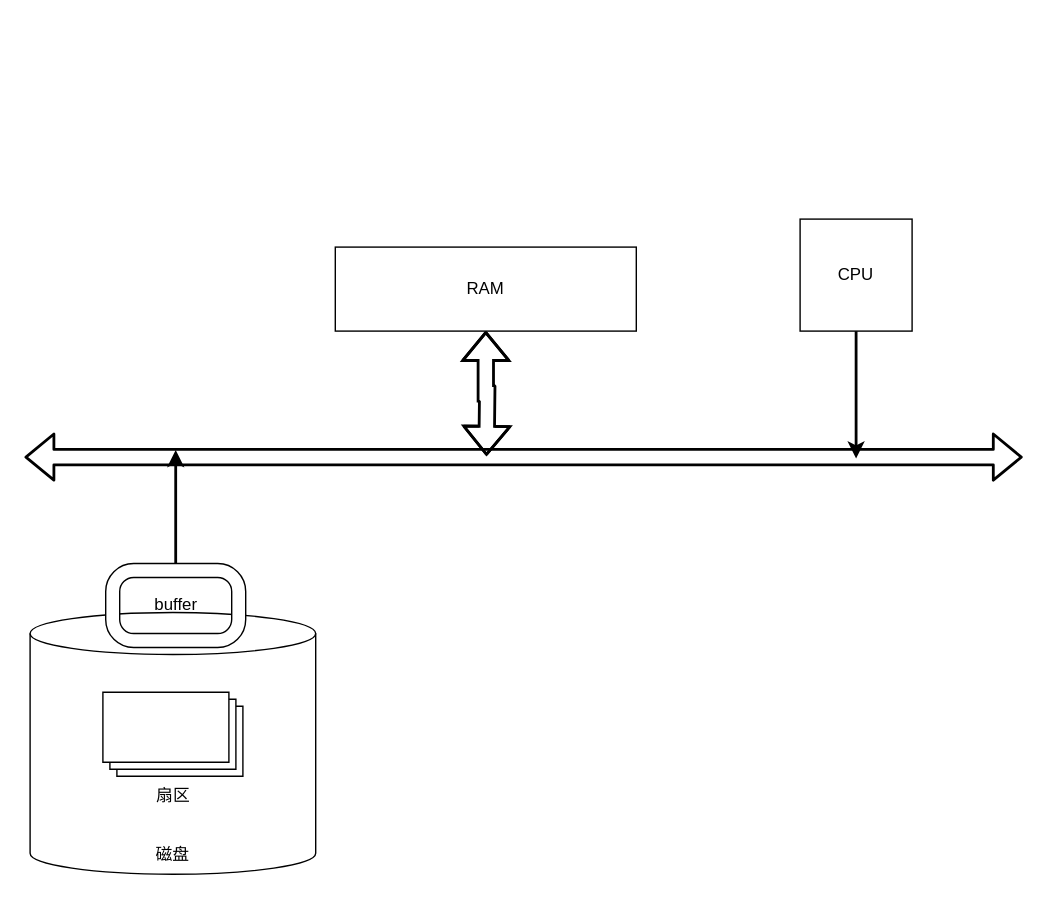
catface996/images keeps this draw.io diagram as 磁盘IO.drawio. Above is the earlier version. Source tidied: cells renumbered, new cells numbered last; positions are measured from the earlier drawing's top-left corner, leaving out a move shared by most shapes. Both pictures are drawn from the tidied source at 140%, with x=0, y=0 at pixel (24, 218).
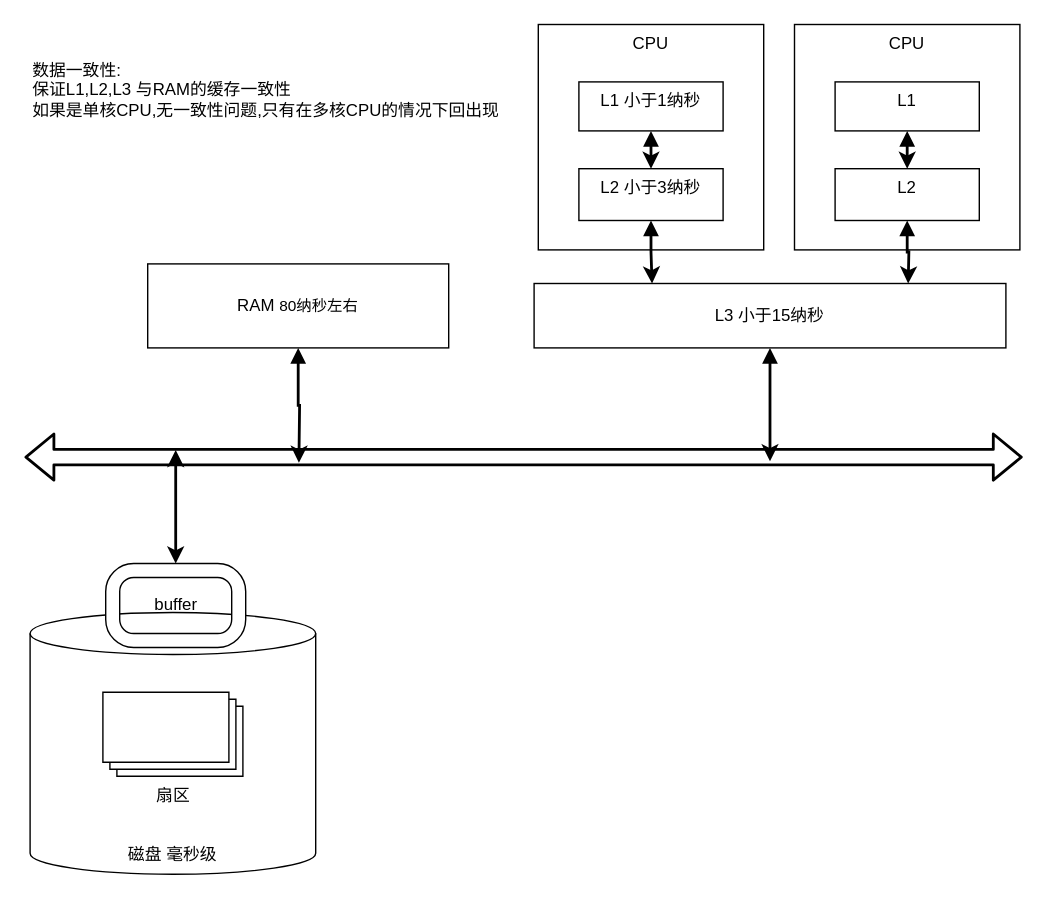
After the change.

The change refers to these unchanged cells:
```xml
<mxCell id="4" style="verticalLabelPosition=bottom;verticalAlign=top;html=1;shape=mxgraph.basic.rounded_frame;dx=10;" parent="1" vertex="1">
  <mxGeometry x="58" y="246" width="100" height="60" as="geometry" />
</mxCell>
```

Change to the diagram source:
```diff
@@
-    <mxCell id="2" value="磁盘" style="shape=cylinder3;whiteSpace=wrap;html=1;boundedLbl=1;backgroundOutline=1;size=15;verticalAlign=bottom;" parent="1" vertex="1">
+    <mxCell id="2" value="磁盘 毫秒级" style="shape=cylinder3;whiteSpace=wrap;html=1;boundedLbl=1;backgroundOutline=1;size=15;verticalAlign=bottom;" parent="1" vertex="1">
       <mxGeometry x="4" y="281" width="204" height="187" as="geometry" />
     </mxCell>
-    <mxCell id="3" style="edgeStyle=orthogonalEdgeStyle;rounded=0;jettySize=auto;html=1;strokeWidth=2;" parent="1" edge="1" source="4">
+    <mxCell id="3" style="edgeStyle=orthogonalEdgeStyle;rounded=0;jettySize=auto;html=1;strokeWidth=2;startArrow=classic;startFill=1;" parent="1" edge="1" source="4">
       <mxGeometry relative="1" as="geometry">
         <mxPoint x="108" y="165" as="targetPoint" />
       </mxGeometry>
     </mxCell>
@@
-    <mxCell id="7" style="edgeStyle=orthogonalEdgeStyle;rounded=0;jettySize=auto;html=1;strokeWidth=2;shape=flexArrow;startArrow=block;" parent="1" edge="1" source="8">
+    <mxCell id="7" style="edgeStyle=orthogonalEdgeStyle;rounded=0;jettySize=auto;html=1;strokeWidth=2;startArrow=block;" parent="1" edge="1" source="8">
       <mxGeometry relative="1" as="geometry">
-        <mxPoint x="330" y="169" as="targetPoint" />
+        <mxPoint x="196" y="174" as="targetPoint" />
       </mxGeometry>
     </mxCell>
-    <mxCell id="8" value="RAM" style="rounded=0;whiteSpace=wrap;html=1;align=center;verticalAlign=middle;" parent="1" vertex="1">
-      <mxGeometry x="222" y="20" width="215" height="60" as="geometry" />
+    <mxCell id="8" value="RAM&amp;nbsp;&lt;span style=&quot;font-size: 11px ; background-color: rgb(255 , 255 , 255)&quot;&gt;80纳秒左右&lt;/span&gt;" style="rounded=0;whiteSpace=wrap;html=1;align=center;verticalAlign=middle;" parent="1" vertex="1">
+      <mxGeometry x="88" y="32" width="215" height="60" as="geometry" />
     </mxCell>
@@
-    <mxCell id="10" style="edgeStyle=orthogonalEdgeStyle;rounded=0;jettySize=auto;html=1;strokeWidth=2;" parent="1" edge="1" source="11">
-      <mxGeometry relative="1" as="geometry">
-        <mxPoint x="594" y="171" as="targetPoint" />
-      </mxGeometry>
-    </mxCell>
-    <mxCell id="11" value="CPU" style="whiteSpace=wrap;html=1;align=center;verticalAlign=middle;" parent="1" vertex="1">
-      <mxGeometry x="554" width="80" height="80" as="geometry" />
+    <mxCell id="11" value="CPU" style="whiteSpace=wrap;html=1;align=center;verticalAlign=top;" parent="1" vertex="1">
+      <mxGeometry x="367" y="-139" width="161" height="161" as="geometry" />
     </mxCell>
+    <mxCell id="12" style="edgeStyle=orthogonalEdgeStyle;rounded=0;jettySize=auto;html=1;entryX=0.5;entryY=0;entryDx=0;entryDy=0;startArrow=block;strokeWidth=2;" parent="1" edge="1" source="13" target="15">
+      <mxGeometry relative="1" as="geometry" />
+    </mxCell>
+    <mxCell id="13" value="L1 小于1纳秒" style="rounded=0;whiteSpace=wrap;html=1;align=center;verticalAlign=top;" parent="1" vertex="1">
+      <mxGeometry x="396" y="-98" width="103" height="35" as="geometry" />
+    </mxCell>
+    <mxCell id="14" style="edgeStyle=orthogonalEdgeStyle;rounded=0;jettySize=auto;html=1;entryX=0.25;entryY=0;entryDx=0;entryDy=0;startArrow=block;strokeWidth=2;" parent="1" edge="1" source="15" target="17">
+      <mxGeometry relative="1" as="geometry" />
+    </mxCell>
+    <mxCell id="15" value="L2 小于3纳秒" style="rounded=0;whiteSpace=wrap;html=1;align=center;verticalAlign=top;" parent="1" vertex="1">
+      <mxGeometry x="396" y="-36" width="103" height="37" as="geometry" />
+    </mxCell>
+    <mxCell id="16" style="edgeStyle=orthogonalEdgeStyle;rounded=0;jettySize=auto;html=1;startArrow=block;strokeWidth=2;" parent="1" edge="1" source="17">
+      <mxGeometry relative="1" as="geometry">
+        <mxPoint x="532.5" y="173" as="targetPoint" />
+      </mxGeometry>
+    </mxCell>
+    <mxCell id="17" value="L3 小于15纳秒" style="rounded=0;whiteSpace=wrap;html=1;align=center;verticalAlign=middle;" parent="1" vertex="1">
+      <mxGeometry x="364" y="46" width="337" height="46" as="geometry" />
+    </mxCell>
+    <mxCell id="18" value="CPU" style="whiteSpace=wrap;html=1;align=center;verticalAlign=top;" parent="1" vertex="1">
+      <mxGeometry x="550" y="-139" width="161" height="161" as="geometry" />
+    </mxCell>
+    <mxCell id="19" style="edgeStyle=orthogonalEdgeStyle;rounded=0;jettySize=auto;html=1;entryX=0.5;entryY=0;entryDx=0;entryDy=0;startArrow=block;strokeWidth=2;" parent="1" edge="1" source="20" target="22">
+      <mxGeometry relative="1" as="geometry" />
+    </mxCell>
+    <mxCell id="20" value="L1" style="rounded=0;whiteSpace=wrap;html=1;align=center;verticalAlign=top;" parent="1" vertex="1">
+      <mxGeometry x="579" y="-98" width="103" height="35" as="geometry" />
+    </mxCell>
+    <mxCell id="21" style="edgeStyle=orthogonalEdgeStyle;rounded=0;jettySize=auto;html=1;entryX=0.25;entryY=0;entryDx=0;entryDy=0;startArrow=block;strokeWidth=2;" parent="1" edge="1" source="22">
+      <mxGeometry relative="1" as="geometry">
+        <mxPoint x="631.2" y="46" as="targetPoint" />
+      </mxGeometry>
+    </mxCell>
+    <mxCell id="22" value="L2" style="rounded=0;whiteSpace=wrap;html=1;align=center;verticalAlign=top;" parent="1" vertex="1">
+      <mxGeometry x="579" y="-36" width="103" height="37" as="geometry" />
+    </mxCell>
+    <mxCell id="23" value="数据一致性:&lt;br&gt;保证L1,L2,L3 与RAM的缓存一致性&lt;br&gt;如果是单核CPU,无一致性问题,只有在多核CPU的情况下回出现" style="text;html=1;strokeColor=none;fillColor=none;align=left;verticalAlign=middle;whiteSpace=wrap;rounded=0;" parent="1" vertex="1">
+      <mxGeometry x="4" y="-139" width="353" height="94" as="geometry" />
+    </mxCell>
```
